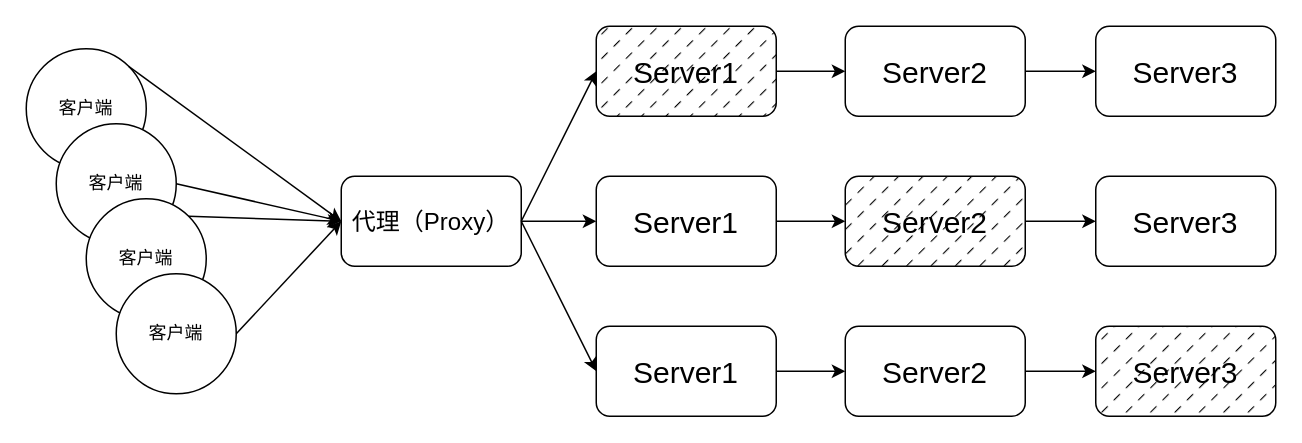
The draw.io diagram Untitled Diagram.drawio in LinuxSuRen/LinuxSuRen, before the edit. Source tidied: cells renumbered, new cells numbered last; positions are measured from the earlier drawing's top-left corner, leaving out a move shared by most shapes. Both pictures are drawn from the tidied source at 150%, with x=0, y=0 at pixel (26, 26).
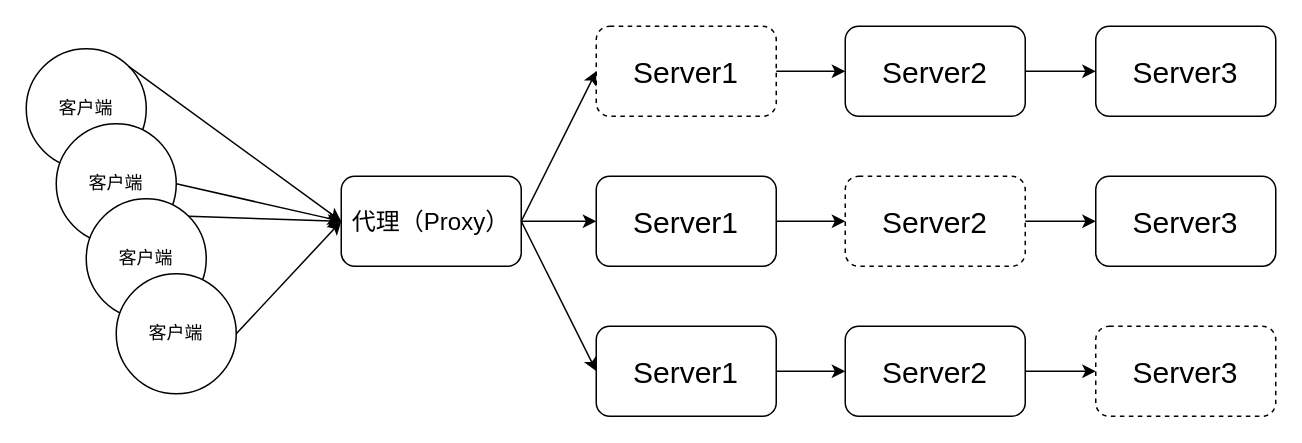
Above is the later version.

Change to the diagram source:
```diff
@@
-    <mxCell id="4" value="&lt;font style=&quot;font-size: 20px;&quot;&gt;Server1&lt;/font&gt;" style="rounded=1;whiteSpace=wrap;html=1;fillStyle=dashed;gradientColor=none;gradientDirection=west;strokeColor=default;sketch=0;glass=0;shadow=0;fillColor=#000000;" parent="1" vertex="1">
+    <mxCell id="4" value="&lt;font style=&quot;font-size: 20px;&quot;&gt;Server1&lt;/font&gt;" style="rounded=1;whiteSpace=wrap;html=1;fillStyle=auto;gradientColor=none;gradientDirection=west;strokeColor=default;sketch=0;glass=0;shadow=0;fillColor=#FFFFFF;dashed=1;" parent="1" vertex="1">
       <mxGeometry x="380" width="120" height="60" as="geometry" />
     </mxCell>
@@
-    <mxCell id="6" value="Server2" style="rounded=1;whiteSpace=wrap;html=1;fontSize=20;fillStyle=dashed;fillColor=#000000;" parent="1" vertex="1">
+    <mxCell id="6" value="Server2" style="rounded=1;whiteSpace=wrap;html=1;fontSize=20;fillStyle=auto;fillColor=#FFFFFF;dashed=1;" parent="1" vertex="1">
       <mxGeometry x="546" y="100" width="120" height="60" as="geometry" />
     </mxCell>
@@
-    <mxCell id="11" value="Server3" style="rounded=1;whiteSpace=wrap;html=1;fontSize=20;fillStyle=dashed;fillColor=#000000;" parent="1" vertex="1">
+    <mxCell id="11" value="Server3" style="rounded=1;whiteSpace=wrap;html=1;fontSize=20;fillStyle=auto;fillColor=#FFFFFF;dashed=1;" parent="1" vertex="1">
       <mxGeometry x="713" y="200" width="120" height="60" as="geometry" />
     </mxCell>
```
